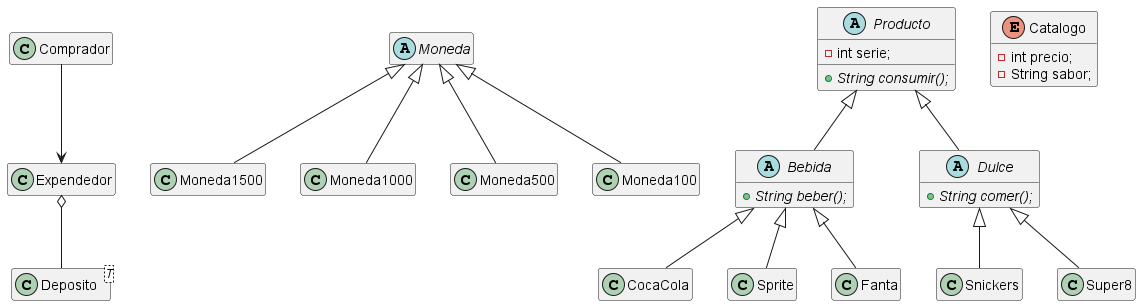
molivas2022/Tarea3 keeps this PlantUML diagram as UML_Imagen.png. Above is the earlier version.
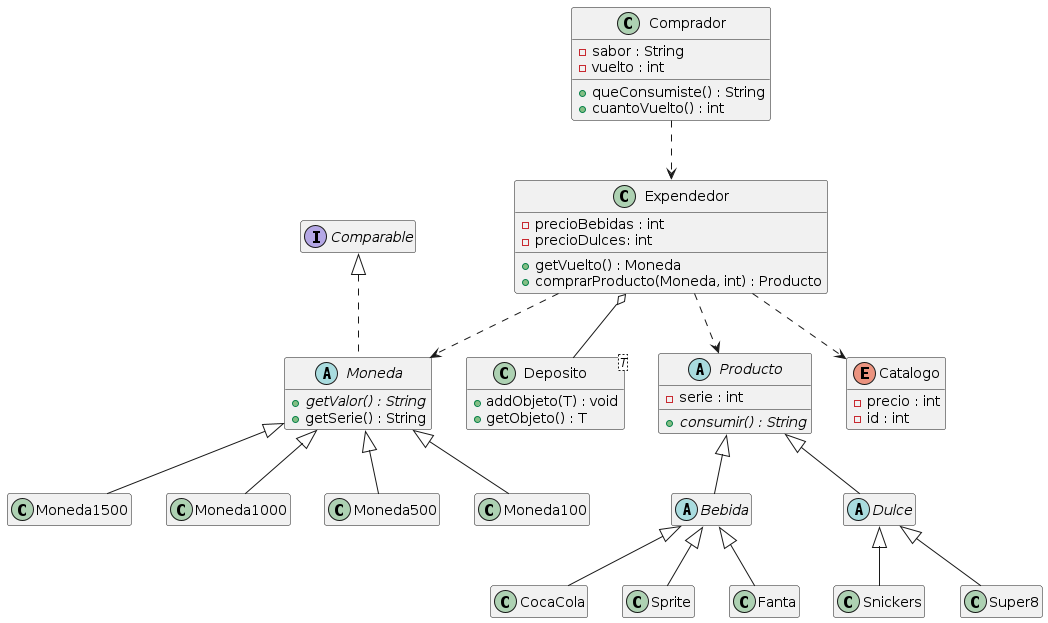
The same file after the commit.

Commit message:
Update: Actualizada imagen UML

What changed in the source:
```diff
@@ -1,32 +1,38 @@
-@startuml UML_Imagen
+@startuml
 hide empty methods
 hide empty fields
 
 class Comprador {
-
+  {field} - sabor : String
+  {field} - vuelto : int
+  {method} + queConsumiste() : String
+  {method} + cuantoVuelto() : int
 }
 class Expendedor {
-
+  {field} - precioBebidas : int
+  {field} - precioDulces: int
+  {method} + getVuelto() : Moneda
+  {method} + comprarProducto(Moneda, int) : Producto
 }
 class Deposito<T> {
-
+    {method} + addObjeto(T) : void
+    {method} + getObjeto() : T
 }
-abstract Moneda {
-
+abstract Moneda implements Comparable {
+  {method} {abstract} + getValor() : String
+  {method} + getSerie() : String
 }
 abstract Producto {
-    {field} - int serie;
-    {method} {abstract} + String consumir();
+    {field} - serie : int
+    {method} {abstract} + consumir() : String
 }
 abstract Bebida {
-    {method} {abstract} + String beber();
 }
 abstract Dulce {
-    {method} {abstract} + String comer();
 }
 enum Catalogo {
-    {field} - int precio;
-    {field} - String sabor;
+    {field} - precio : int
+    {field} - id : int
 }
 
 class Moneda1500
@@ -41,18 +47,23 @@
 class Snickers
 class Super8
 
-Comprador --> Expendedor
+Comprador ..> Expendedor
+Expendedor ..> Producto
+Expendedor ..> Moneda
+Expendedor ..> Catalogo
+
 Expendedor o-- Deposito
+
 Producto <|-- Bebida
 Producto <|-- Dulce
+Bebida <|-- CocaCola
+Bebida <|-- Sprite
+Bebida <|-- Fanta
+Dulce <|-- Snickers
+Dulce <|-- Super8
 
 Moneda <|-- Moneda100
 Moneda <|-- Moneda500
 Moneda <|-- Moneda1000
 Moneda <|-- Moneda1500
-Bebida <|-- CocaCola
-Bebida <|-- Sprite
-Bebida <|-- Fanta
-Dulce <|-- Snickers
-Dulce <|-- Super8
 @enduml
```
